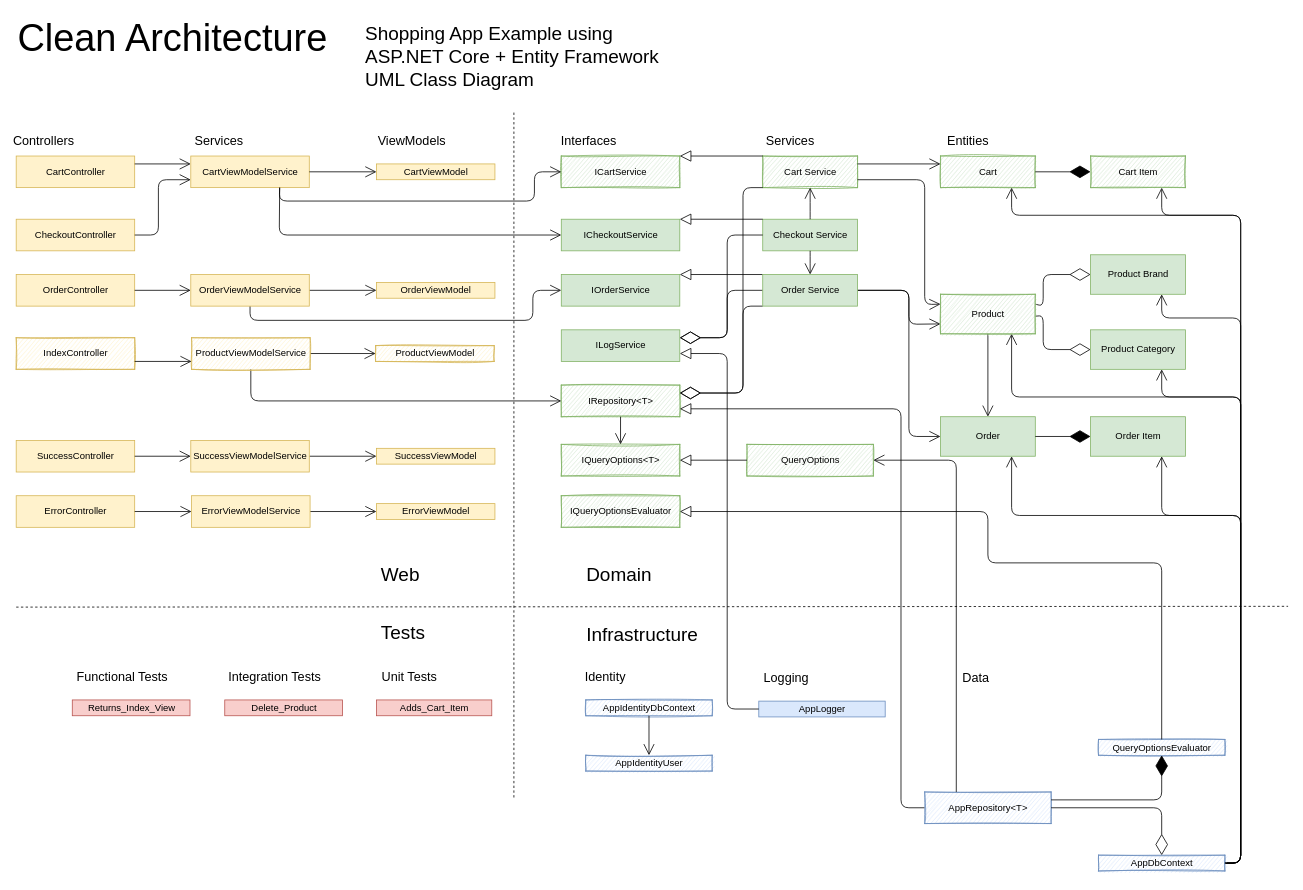
Above: Clean_Architecture_Designs/Shopping_v3.drawio in kdaquila/WoodworkingShop (draw.io), before the change. Source tidied: cells renumbered, new cells numbered last; positions are measured from the earlier drawing's top-left corner, leaving out a move shared by most shapes. Both pictures are drawn from the tidied source at 79%, with x=0, y=0 at pixel (16, 13).
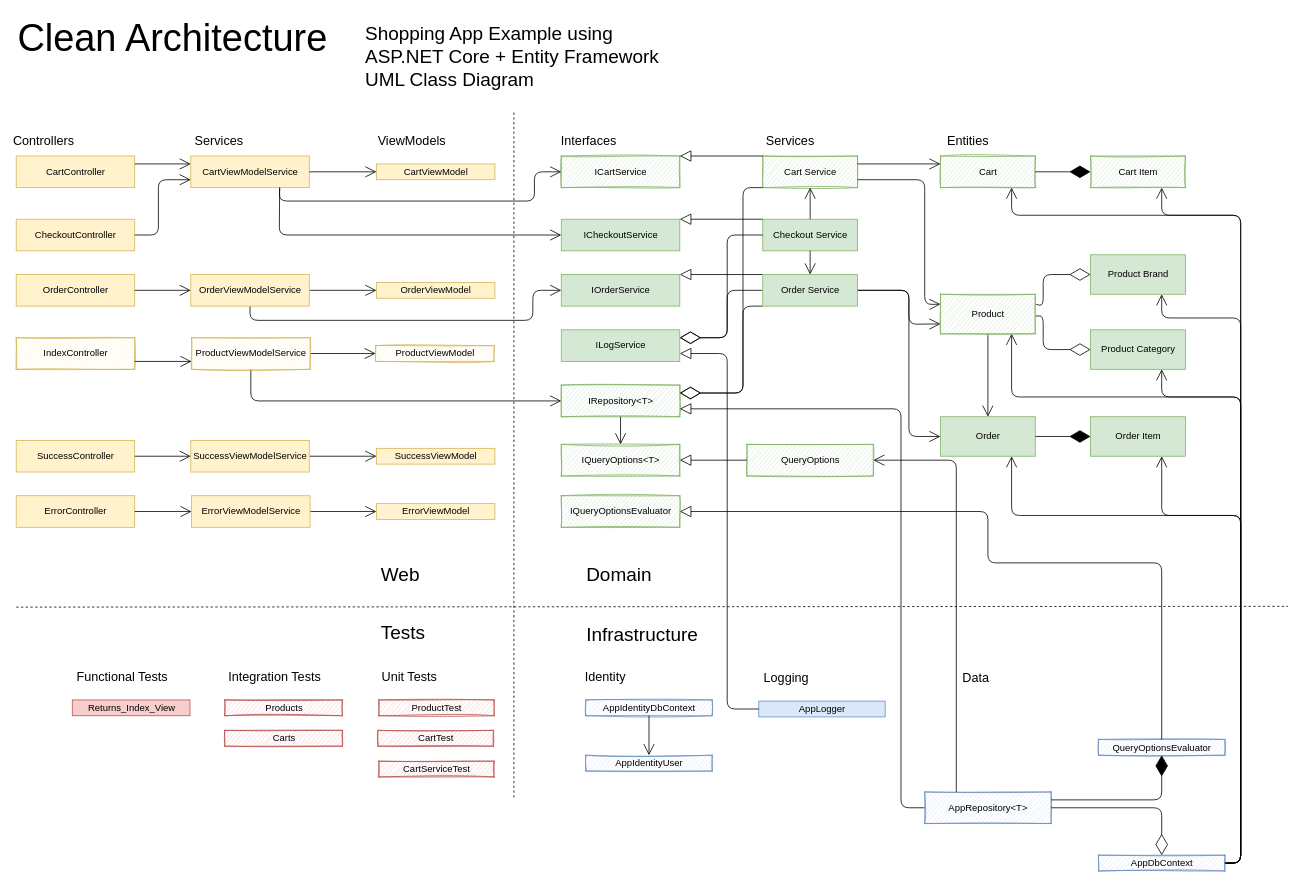
The same diagram, later.

The edit, as a diff of the source:
```diff
@@
-    <mxCell id="100" value="Adds_Cart_Item" style="html=1;fillColor=#f8cecc;strokeColor=#b85450;" parent="1" vertex="1">
-      <mxGeometry x="456" y="868.5" width="146" height="20" as="geometry" />
+    <mxCell id="100" value="CartTest" style="html=1;fillColor=#f8cecc;strokeColor=#b85450;sketch=1;" parent="1" vertex="1">
+      <mxGeometry x="458" y="907" width="146" height="20" as="geometry" />
     </mxCell>
-    <mxCell id="101" value="Delete_Product" style="html=1;fillColor=#f8cecc;strokeColor=#b85450;" parent="1" vertex="1">
+    <mxCell id="101" value="Products" style="html=1;fillColor=#f8cecc;strokeColor=#b85450;sketch=1;" parent="1" vertex="1">
       <mxGeometry x="264" y="868.5" width="149" height="20" as="geometry" />
     </mxCell>
@@
+    <mxCell id="114" value="ProductTest" style="html=1;fillColor=#f8cecc;strokeColor=#b85450;sketch=1;" parent="1" vertex="1">
+      <mxGeometry x="459" y="868.5" width="146" height="20" as="geometry" />
+    </mxCell>
+    <mxCell id="115" value="CartServiceTest" style="html=1;fillColor=#f8cecc;strokeColor=#b85450;sketch=1;" parent="1" vertex="1">
+      <mxGeometry x="459" y="946" width="146" height="20" as="geometry" />
+    </mxCell>
+    <mxCell id="116" value="Carts" style="html=1;fillColor=#f8cecc;strokeColor=#b85450;sketch=1;" parent="1" vertex="1">
+      <mxGeometry x="264" y="907" width="149" height="20" as="geometry" />
+    </mxCell>
```
